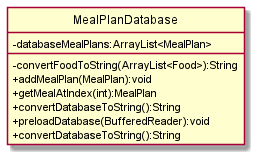
Above: docs/diagrams/MealPlanDatabase_Class.png in praj-bellakka/tp (PlantUML), before the change.
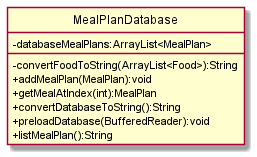
Later version of the same file.

Commit message:
Add class diagrams

Diff of the diagram source:
```diff
@@ -10,6 +10,6 @@
 + getMealAtIndex(int):MealPlan
 + convertDatabaseToString():String
 + preloadDatabase(BufferedReader):void
-+ convertDatabaseToString():String
++ listMealPlan():String
 }
 @enduml
```
